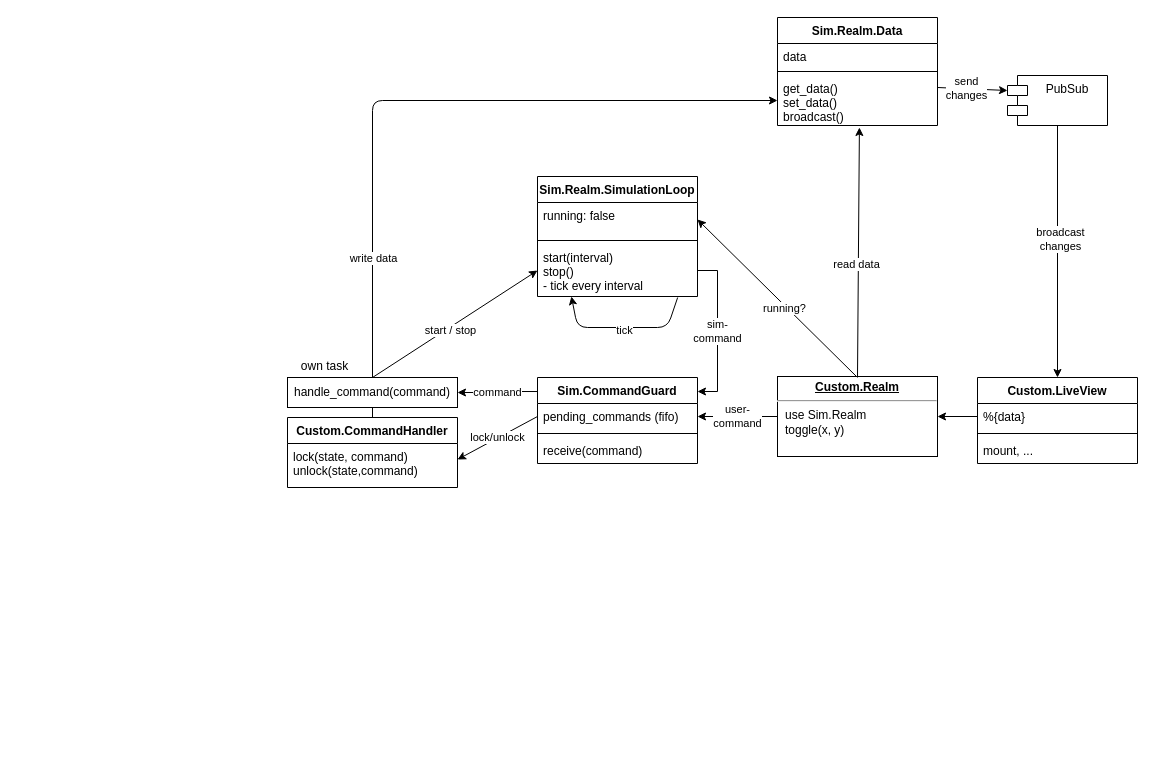
grrrisu/thundermoon-umbrella keeps this draw.io diagram as apps/sim/documentation/SimRealm.drawio. Above is the earlier version. Source tidied: cells renumbered, new cells numbered last; positions are measured from the earlier drawing's top-left corner, leaving out a move shared by most shapes. Both pictures are drawn from the tidied source at 100%, with x=0, y=0 at pixel (287, 17).
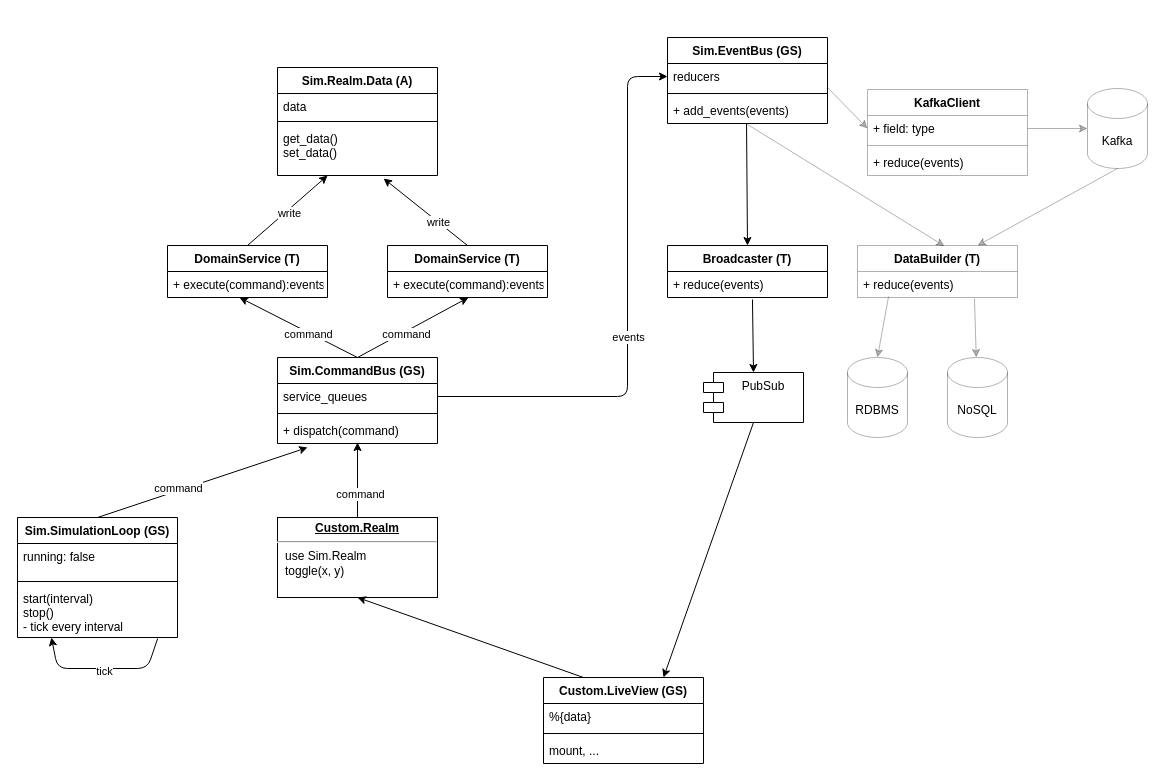
The same diagram, later.

Commit message (it also covers changes not shown here):
update sim documentation to reflect the new event sourcing architecture

Unchanged cells that the change refers to:
```xml
<mxCell id="17" value="running: false" style="text;strokeColor=none;fillColor=none;align=left;verticalAlign=top;spacingLeft=4;spacingRight=4;overflow=hidden;points=[[0,0.5],[1,0.5]];portConstraint=eastwest;" parent="16" vertex="1">
  <mxGeometry y="26" width="160" height="34" as="geometry" />
</mxCell>
<mxCell id="19" value="start(interval)&#10;stop()&#10;- tick every interval" style="text;strokeColor=none;fillColor=none;align=left;verticalAlign=top;spacingLeft=4;spacingRight=4;overflow=hidden;points=[[0,0.5],[1,0.5]];portConstraint=eastwest;" parent="16" vertex="1">
  <mxGeometry y="68" width="160" height="52" as="geometry" />
</mxCell>
<mxCell id="29" value="%{data}" style="text;strokeColor=none;fillColor=none;align=left;verticalAlign=top;spacingLeft=4;spacingRight=4;overflow=hidden;points=[[0,0.5],[1,0.5]];portConstraint=eastwest;" parent="28" vertex="1">
  <mxGeometry y="26" width="160" height="26" as="geometry" />
</mxCell>
```

Diff of the diagram source:
```diff
@@
-    <mxCell id="2" value="user-&lt;br&gt;command" style="edgeStyle=orthogonalEdgeStyle;rounded=0;jettySize=auto;html=1;entryX=1;entryY=0.5;entryDx=0;entryDy=0;" parent="1" edge="1" source="3" target="25">
-      <mxGeometry relative="1" as="geometry" />
-    </mxCell>
     <mxCell id="3" value="&lt;p style=&quot;margin: 0px ; margin-top: 4px ; text-align: center ; text-decoration: underline&quot;&gt;&lt;b&gt;Custom.Realm&lt;/b&gt;&lt;/p&gt;&lt;hr&gt;&lt;p style=&quot;margin: 0px ; margin-left: 8px&quot;&gt;use Sim.Realm&lt;/p&gt;&lt;p style=&quot;margin: 0px ; margin-left: 8px&quot;&gt;toggle(x, y)&lt;/p&gt;" style="verticalAlign=top;align=left;overflow=fill;fontSize=12;fontFamily=Helvetica;html=1;" parent="1" vertex="1">
-      <mxGeometry x="490" y="359" width="160" height="80" as="geometry" />
+      <mxGeometry x="-10" y="500" width="160" height="80" as="geometry" />
     </mxCell>
@@
-    <mxCell id="5" style="endArrow=classic;html=1;exitX=0.5;exitY=0;exitDx=0;exitDy=0;" parent="1" edge="1" source="37" target="15">
-      <mxGeometry relative="1" as="geometry">
-        <Array as="points">
-          <mxPoint x="85" y="83" />
-        </Array>
-      </mxGeometry>
-    </mxCell>
-    <mxCell id="6" value="write data" style="edgeLabel;html=1;align=center;verticalAlign=middle;" parent="5" vertex="1">
-      <mxGeometry x="-0.07" y="-2" relative="1" as="geometry">
-        <mxPoint x="-40" y="155" as="offset" />
-      </mxGeometry>
-    </mxCell>
-    <mxCell id="7" value="send &lt;br&gt;changes" style="endArrow=classic;html=1;exitX=1;exitY=0.24;exitDx=0;exitDy=0;exitPerimeter=0;entryX=0;entryY=0;entryDx=0;entryDy=15;entryPerimeter=0;" parent="1" edge="1" source="15" target="8">
-      <mxGeometry x="-0.16" relative="1" as="geometry" />
-    </mxCell>
-    <mxCell id="8" value="PubSub" style="shape=module;align=left;spacingLeft=20;align=center;verticalAlign=top;" parent="1" vertex="1">
-      <mxGeometry x="720" y="58" width="100" height="50" as="geometry" />
-    </mxCell>
-    <mxCell id="9" style="endArrow=classic;html=1;entryX=1;entryY=0.5;entryDx=0;entryDy=0;exitX=0;exitY=0.5;exitDx=0;exitDy=0;" parent="1" edge="1" source="29" target="3">
+    <mxCell id="9" style="endArrow=classic;html=1;entryX=0.5;entryY=1;entryDx=0;entryDy=0;exitX=0.25;exitY=0;exitDx=0;exitDy=0;" parent="1" edge="1" source="28" target="3">
       <mxGeometry relative="1" as="geometry" />
     </mxCell>
-    <mxCell id="10" style="endArrow=classic;html=1;exitX=0.5;exitY=1;exitDx=0;exitDy=0;entryX=0.5;entryY=0;entryDx=0;entryDy=0;" parent="1" edge="1" source="8" target="28">
-      <mxGeometry relative="1" as="geometry" />
-    </mxCell>
-    <mxCell id="11" value="broadcast&lt;br&gt;changes" style="edgeLabel;html=1;align=center;verticalAlign=middle;" parent="10" vertex="1">
-      <mxGeometry x="-0.1" y="2" relative="1" as="geometry" />
-    </mxCell>
-    <mxCell id="12" value="Sim.Realm.Data" style="swimlane;fontStyle=1;align=center;verticalAlign=top;horizontal=1;startSize=26;" parent="1" vertex="1">
-      <mxGeometry x="490" width="160" height="108" as="geometry" />
+    <mxCell id="12" value="Sim.Realm.Data (A)" style="swimlane;fontStyle=1;align=center;verticalAlign=top;horizontal=1;startSize=26;" parent="1" vertex="1">
+      <mxGeometry x="-10" y="50" width="160" height="108" as="geometry" />
     </mxCell>
@@
-    <mxCell id="15" value="get_data()&#10;set_data()&#10;broadcast()" style="text;strokeColor=none;fillColor=none;align=left;verticalAlign=top;spacingLeft=4;spacingRight=4;overflow=hidden;points=[[0,0.5],[1,0.5]];portConstraint=eastwest;" parent="12" vertex="1">
+    <mxCell id="15" value="get_data()&#10;set_data()" style="text;strokeColor=none;fillColor=none;align=left;verticalAlign=top;spacingLeft=4;spacingRight=4;overflow=hidden;points=[[0,0.5],[1,0.5]];portConstraint=eastwest;" parent="12" vertex="1">
       <mxGeometry y="58" width="160" height="50" as="geometry" />
     </mxCell>
-    <mxCell id="16" value="Sim.Realm.SimulationLoop" style="swimlane;fontStyle=1;align=center;verticalAlign=top;horizontal=1;startSize=26;" parent="1" vertex="1">
-      <mxGeometry x="250" y="159" width="160" height="120" as="geometry" />
+    <mxCell id="16" value="Sim.SimulationLoop (GS)" style="swimlane;fontStyle=1;align=center;verticalAlign=top;horizontal=1;startSize=26;" parent="1" vertex="1">
+      <mxGeometry x="-270" y="500" width="160" height="120" as="geometry" />
     </mxCell>
@@
-    <mxCell id="22" value="Custom.CommandHandler" style="swimlane;fontStyle=1;align=center;verticalAlign=top;horizontal=1;startSize=26;" parent="1" vertex="1">
-      <mxGeometry y="400" width="170" height="70" as="geometry" />
-    </mxCell>
-    <mxCell id="23" value="lock(state, command)&#10;unlock(state,command)&#10;" style="text;strokeColor=none;fillColor=none;align=left;verticalAlign=top;spacingLeft=4;spacingRight=4;overflow=hidden;points=[[0,0.5],[1,0.5]];portConstraint=eastwest;" parent="22" vertex="1">
-      <mxGeometry y="26" width="170" height="44" as="geometry" />
-    </mxCell>
-    <mxCell id="24" value="Sim.CommandGuard" style="swimlane;fontStyle=1;align=center;verticalAlign=top;horizontal=1;startSize=26;" parent="1" vertex="1">
-      <mxGeometry x="250" y="360" width="160" height="86" as="geometry" />
-    </mxCell>
-    <mxCell id="25" value="pending_commands (fifo)" style="text;strokeColor=none;fillColor=none;align=left;verticalAlign=top;spacingLeft=4;spacingRight=4;overflow=hidden;points=[[0,0.5],[1,0.5]];portConstraint=eastwest;" parent="24" vertex="1">
-      <mxGeometry y="26" width="160" height="26" as="geometry" />
-    </mxCell>
-    <mxCell id="26" style="line;strokeWidth=1;fillColor=none;align=left;verticalAlign=middle;spacingTop=-1;spacingLeft=3;spacingRight=3;labelPosition=right;" parent="24" vertex="1">
-      <mxGeometry y="52" width="160" height="8" as="geometry" />
-    </mxCell>
-    <mxCell id="27" value="receive(command)" style="text;strokeColor=none;fillColor=none;align=left;verticalAlign=top;spacingLeft=4;spacingRight=4;overflow=hidden;" parent="24" vertex="1">
-      <mxGeometry y="60" width="160" height="26" as="geometry" />
-    </mxCell>
-    <mxCell id="28" value="Custom.LiveView" style="swimlane;fontStyle=1;align=center;verticalAlign=top;horizontal=1;startSize=26;" parent="1" vertex="1">
-      <mxGeometry x="690" y="360" width="160" height="86" as="geometry" />
+    <mxCell id="28" value="Custom.LiveView (GS)" style="swimlane;fontStyle=1;align=center;verticalAlign=top;horizontal=1;startSize=26;" parent="1" vertex="1">
+      <mxGeometry x="256" y="660" width="160" height="86" as="geometry" />
     </mxCell>
@@
-    <mxCell id="32" value="command" style="edgeStyle=orthogonalEdgeStyle;rounded=0;jettySize=auto;html=1;entryX=1;entryY=0.5;entryDx=0;entryDy=0;exitX=0;exitY=0.163;exitDx=0;exitDy=0;exitPerimeter=0;" parent="1" edge="1" source="24" target="37">
-      <mxGeometry relative="1" as="geometry" />
-    </mxCell>
-    <mxCell id="33" value="sim-&lt;br&gt;command" style="edgeStyle=orthogonalEdgeStyle;rounded=0;jettySize=auto;html=1;entryX=1;entryY=0.163;entryDx=0;entryDy=0;exitX=1;exitY=0.5;exitDx=0;exitDy=0;entryPerimeter=0;" parent="1" edge="1" source="19" target="24">
-      <mxGeometry relative="1" as="geometry" />
-    </mxCell>
-    <mxCell id="34" style="endArrow=classic;html=1;entryX=0;entryY=0.5;entryDx=0;entryDy=0;exitX=0.5;exitY=0;exitDx=0;exitDy=0;" parent="1" edge="1" source="37" target="19">
-      <mxGeometry relative="1" as="geometry" />
-    </mxCell>
-    <mxCell id="35" value="start / stop" style="edgeLabel;html=1;align=center;verticalAlign=middle;" parent="34" vertex="1">
-      <mxGeometry x="-0.07" y="-2" relative="1" as="geometry" />
-    </mxCell>
-    <mxCell id="36" style="edgeStyle=orthogonalEdgeStyle;rounded=0;jettySize=auto;html=1;exitX=0.5;exitY=1;exitDx=0;exitDy=0;entryX=0.5;entryY=0;entryDx=0;entryDy=0;endArrow=none;endFill=0;" parent="1" edge="1" source="37" target="22">
-      <mxGeometry relative="1" as="geometry" />
-    </mxCell>
-    <mxCell id="37" value="handle_command(command)" style="rounded=0;whiteSpace=wrap;html=1;" parent="1" vertex="1">
-      <mxGeometry y="360" width="170" height="30" as="geometry" />
-    </mxCell>
-    <mxCell id="38" value="own task" style="text;html=1;strokeColor=none;fillColor=none;align=center;verticalAlign=middle;whiteSpace=wrap;rounded=0;" parent="1" vertex="1">
-      <mxGeometry y="339" width="75" height="20" as="geometry" />
-    </mxCell>
-    <mxCell id="39" value="lock/unlock" style="endArrow=classic;html=1;entryX=1;entryY=0.364;entryDx=0;entryDy=0;exitX=0;exitY=0.5;exitDx=0;exitDy=0;entryPerimeter=0;" parent="1" edge="1" source="25" target="23">
-      <mxGeometry relative="1" as="geometry" />
-    </mxCell>
-    <mxCell id="40" style="endArrow=classic;html=1;exitX=0.5;exitY=0;exitDx=0;exitDy=0;entryX=0.512;entryY=1.04;entryDx=0;entryDy=0;entryPerimeter=0;" parent="1" edge="1" source="3" target="15">
-      <mxGeometry relative="1" as="geometry" />
-    </mxCell>
-    <mxCell id="41" value="read data" style="edgeLabel;html=1;align=center;verticalAlign=middle;" parent="40" vertex="1">
-      <mxGeometry x="-0.1" y="2" relative="1" as="geometry" />
-    </mxCell>
-    <mxCell id="42" style="endArrow=classic;html=1;entryX=1;entryY=0.5;entryDx=0;entryDy=0;" parent="1" edge="1" target="17">
-      <mxGeometry relative="1" as="geometry">
-        <mxPoint x="570" y="360" as="sourcePoint" />
-      </mxGeometry>
-    </mxCell>
-    <mxCell id="43" value="running?" style="edgeLabel;html=1;align=center;verticalAlign=middle;" parent="42" vertex="1">
-      <mxGeometry x="-0.1" y="2" relative="1" as="geometry" />
-    </mxCell>
+    <mxCell id="44" value="Sim.CommandBus (GS)" style="swimlane;fontStyle=1;align=center;verticalAlign=top;horizontal=1;startSize=26;" parent="1" vertex="1">
+      <mxGeometry x="-10" y="340" width="160" height="86" as="geometry" />
+    </mxCell>
+    <mxCell id="45" value="service_queues" style="text;strokeColor=none;fillColor=none;align=left;verticalAlign=top;spacingLeft=4;spacingRight=4;overflow=hidden;points=[[0,0.5],[1,0.5]];portConstraint=eastwest;" parent="44" vertex="1">
+      <mxGeometry y="26" width="160" height="26" as="geometry" />
+    </mxCell>
+    <mxCell id="46" style="line;strokeWidth=1;fillColor=none;align=left;verticalAlign=middle;spacingTop=-1;spacingLeft=3;spacingRight=3;labelPosition=right;" parent="44" vertex="1">
+      <mxGeometry y="52" width="160" height="8" as="geometry" />
+    </mxCell>
+    <mxCell id="47" value="+ dispatch(command)" style="text;strokeColor=none;fillColor=none;align=left;verticalAlign=top;spacingLeft=4;spacingRight=4;overflow=hidden;points=[[0,0.5],[1,0.5]];portConstraint=eastwest;" parent="44" vertex="1">
+      <mxGeometry y="60" width="160" height="26" as="geometry" />
+    </mxCell>
+    <mxCell id="48" value="DomainService (T)" style="swimlane;fontStyle=1;align=center;verticalAlign=top;horizontal=1;startSize=26;" parent="1" vertex="1">
+      <mxGeometry x="-120" y="228" width="160" height="52" as="geometry" />
+    </mxCell>
+    <mxCell id="49" value="+ execute(command):events" style="text;strokeColor=none;fillColor=none;align=left;verticalAlign=top;spacingLeft=4;spacingRight=4;overflow=hidden;points=[[0,0.5],[1,0.5]];portConstraint=eastwest;" parent="48" vertex="1">
+      <mxGeometry y="26" width="160" height="26" as="geometry" />
+    </mxCell>
+    <mxCell id="50" value="DomainService (T)" style="swimlane;fontStyle=1;align=center;verticalAlign=top;horizontal=1;startSize=26;" parent="1" vertex="1">
+      <mxGeometry x="100" y="228" width="160" height="52" as="geometry" />
+    </mxCell>
+    <mxCell id="51" value="+ execute(command):events" style="text;strokeColor=none;fillColor=none;align=left;verticalAlign=top;spacingLeft=4;spacingRight=4;overflow=hidden;points=[[0,0.5],[1,0.5]];portConstraint=eastwest;" parent="50" vertex="1">
+      <mxGeometry y="26" width="160" height="26" as="geometry" />
+    </mxCell>
+    <mxCell id="52" value="Sim.EventBus (GS)" style="swimlane;fontStyle=1;align=center;verticalAlign=top;horizontal=1;startSize=26;" parent="1" vertex="1">
+      <mxGeometry x="380" y="20" width="160" height="86" as="geometry" />
+    </mxCell>
+    <mxCell id="53" value="reducers" style="text;strokeColor=none;fillColor=none;align=left;verticalAlign=top;spacingLeft=4;spacingRight=4;overflow=hidden;points=[[0,0.5],[1,0.5]];portConstraint=eastwest;" parent="52" vertex="1">
+      <mxGeometry y="26" width="160" height="26" as="geometry" />
+    </mxCell>
+    <mxCell id="54" style="line;strokeWidth=1;fillColor=none;align=left;verticalAlign=middle;spacingTop=-1;spacingLeft=3;spacingRight=3;labelPosition=right;" parent="52" vertex="1">
+      <mxGeometry y="52" width="160" height="8" as="geometry" />
+    </mxCell>
+    <mxCell id="55" value="+ add_events(events)" style="text;strokeColor=none;fillColor=none;align=left;verticalAlign=top;spacingLeft=4;spacingRight=4;overflow=hidden;points=[[0,0.5],[1,0.5]];portConstraint=eastwest;" parent="52" vertex="1">
+      <mxGeometry y="60" width="160" height="26" as="geometry" />
+    </mxCell>
+    <mxCell id="56" value="Broadcaster (T)" style="swimlane;fontStyle=1;align=center;verticalAlign=top;horizontal=1;startSize=26;" parent="1" vertex="1">
+      <mxGeometry x="380" y="228" width="160" height="52" as="geometry" />
+    </mxCell>
+    <mxCell id="57" value="+ reduce(events)" style="text;strokeColor=none;fillColor=none;align=left;verticalAlign=top;spacingLeft=4;spacingRight=4;overflow=hidden;points=[[0,0.5],[1,0.5]];portConstraint=eastwest;" parent="56" vertex="1">
+      <mxGeometry y="26" width="160" height="26" as="geometry" />
+    </mxCell>
+    <mxCell id="8" value="PubSub" style="shape=module;align=left;spacingLeft=20;align=center;verticalAlign=top;" parent="1" vertex="1">
+      <mxGeometry x="416" y="355" width="100" height="50" as="geometry" />
+    </mxCell>
+    <mxCell id="58" value="RDBMS" style="shape=cylinder3;whiteSpace=wrap;html=1;boundedLbl=1;backgroundOutline=1;size=15;opacity=30;" parent="1" vertex="1">
+      <mxGeometry x="560" y="340" width="60" height="80" as="geometry" />
+    </mxCell>
+    <mxCell id="59" value="NoSQL" style="shape=cylinder3;whiteSpace=wrap;html=1;boundedLbl=1;backgroundOutline=1;size=15;opacity=30;" parent="1" vertex="1">
+      <mxGeometry x="660" y="340" width="60" height="80" as="geometry" />
+    </mxCell>
+    <mxCell id="10" style="endArrow=classic;html=1;exitX=0.5;exitY=1;exitDx=0;exitDy=0;entryX=0.75;entryY=0;entryDx=0;entryDy=0;" parent="1" edge="1" source="8" target="28">
+      <mxGeometry relative="1" as="geometry" />
+    </mxCell>
+    <mxCell id="60" style="endArrow=classic;html=1;exitX=0.5;exitY=0;exitDx=0;exitDy=0;entryX=0.5;entryY=0.962;entryDx=0;entryDy=0;entryPerimeter=0;" parent="1" edge="1" source="3" target="47">
+      <mxGeometry relative="1" as="geometry" />
+    </mxCell>
+    <mxCell id="61" value="command" style="edgeLabel;html=1;align=center;verticalAlign=middle;" parent="60" vertex="1">
+      <mxGeometry x="-0.37" y="-2" relative="1" as="geometry" />
+    </mxCell>
+    <mxCell id="62" style="endArrow=classic;html=1;exitX=0.5;exitY=0;exitDx=0;exitDy=0;entryX=0.506;entryY=1;entryDx=0;entryDy=0;entryPerimeter=0;" parent="1" edge="1" source="44" target="51">
+      <mxGeometry relative="1" as="geometry" />
+    </mxCell>
+    <mxCell id="63" value="command" style="edgeLabel;html=1;align=center;verticalAlign=middle;" parent="62" vertex="1">
+      <mxGeometry x="-0.14" y="-3" relative="1" as="geometry" />
+    </mxCell>
+    <mxCell id="64" style="endArrow=classic;html=1;exitX=0.5;exitY=0;exitDx=0;exitDy=0;entryX=0.45;entryY=1;entryDx=0;entryDy=0;entryPerimeter=0;" parent="1" edge="1" source="44" target="49">
+      <mxGeometry relative="1" as="geometry" />
+    </mxCell>
+    <mxCell id="65" value="command" style="edgeLabel;html=1;align=center;verticalAlign=middle;" parent="64" vertex="1">
+      <mxGeometry x="-0.31" y="1" relative="1" as="geometry">
+        <mxPoint x="-8.5" y="-4" as="offset" />
+      </mxGeometry>
+    </mxCell>
+    <mxCell id="66" style="endArrow=classic;html=1;exitX=0.5;exitY=0;exitDx=0;exitDy=0;entryX=0.188;entryY=1.154;entryDx=0;entryDy=0;entryPerimeter=0;" parent="1" edge="1" source="16" target="47">
+      <mxGeometry relative="1" as="geometry" />
+    </mxCell>
+    <mxCell id="67" value="command" style="edgeLabel;html=1;align=center;verticalAlign=middle;" parent="66" vertex="1">
+      <mxGeometry x="-0.22" y="2" relative="1" as="geometry" />
+    </mxCell>
+    <mxCell id="68" style="endArrow=classic;html=1;exitX=0.5;exitY=0;exitDx=0;exitDy=0;entryX=0.313;entryY=1;entryDx=0;entryDy=0;entryPerimeter=0;" parent="1" edge="1" source="48" target="15">
+      <mxGeometry relative="1" as="geometry" />
+    </mxCell>
+    <mxCell id="69" value="write" style="edgeLabel;html=1;align=center;verticalAlign=middle;" parent="68" vertex="1">
+      <mxGeometry x="-0.01" y="-3" relative="1" as="geometry" />
+    </mxCell>
+    <mxCell id="70" style="endArrow=classic;html=1;exitX=0.5;exitY=0;exitDx=0;exitDy=0;entryX=0.663;entryY=1.06;entryDx=0;entryDy=0;entryPerimeter=0;" parent="1" edge="1" source="50" target="15">
+      <mxGeometry relative="1" as="geometry" />
+    </mxCell>
+    <mxCell id="71" value="write" style="edgeLabel;html=1;align=center;verticalAlign=middle;" parent="70" vertex="1">
+      <mxGeometry x="-0.29" relative="1" as="geometry" />
+    </mxCell>
+    <mxCell id="72" value="DataBuilder (T)" style="swimlane;fontStyle=1;align=center;verticalAlign=top;horizontal=1;startSize=26;opacity=30;" parent="1" vertex="1">
+      <mxGeometry x="570" y="228" width="160" height="52" as="geometry" />
+    </mxCell>
+    <mxCell id="73" value="+ reduce(events)" style="text;strokeColor=none;fillColor=none;align=left;verticalAlign=top;spacingLeft=4;spacingRight=4;overflow=hidden;points=[[0,0.5],[1,0.5]];portConstraint=eastwest;opacity=30;" parent="72" vertex="1">
+      <mxGeometry y="26" width="160" height="26" as="geometry" />
+    </mxCell>
+    <mxCell id="74" style="endArrow=classic;html=1;exitX=0.494;exitY=1;exitDx=0;exitDy=0;exitPerimeter=0;entryX=0.5;entryY=0;entryDx=0;entryDy=0;" parent="1" edge="1" source="55" target="56">
+      <mxGeometry relative="1" as="geometry" />
+    </mxCell>
+    <mxCell id="75" style="endArrow=classic;html=1;entryX=0.544;entryY=0.012;entryDx=0;entryDy=0;entryPerimeter=0;opacity=30;" parent="1" edge="1" target="72">
+      <mxGeometry relative="1" as="geometry">
+        <mxPoint x="460" y="107" as="sourcePoint" />
+      </mxGeometry>
+    </mxCell>
+    <mxCell id="76" style="endArrow=classic;html=1;exitX=0.531;exitY=1.077;exitDx=0;exitDy=0;exitPerimeter=0;entryX=0.5;entryY=0;entryDx=0;entryDy=0;" parent="1" edge="1" source="57" target="8">
+      <mxGeometry relative="1" as="geometry" />
+    </mxCell>
+    <mxCell id="77" style="endArrow=classic;html=1;exitX=0.194;exitY=0.962;exitDx=0;exitDy=0;exitPerimeter=0;entryX=0.5;entryY=0;entryDx=0;entryDy=0;entryPerimeter=0;opacity=30;" parent="1" edge="1" source="73" target="58">
+      <mxGeometry relative="1" as="geometry" />
+    </mxCell>
+    <mxCell id="78" style="endArrow=classic;html=1;exitX=0.731;exitY=1.038;exitDx=0;exitDy=0;exitPerimeter=0;opacity=30;" parent="1" edge="1" source="73" target="59">
+      <mxGeometry relative="1" as="geometry" />
+    </mxCell>
+    <mxCell id="79" style="endArrow=classic;html=1;exitX=1;exitY=0.5;exitDx=0;exitDy=0;entryX=0;entryY=0.5;entryDx=0;entryDy=0;" parent="1" edge="1" source="45" target="53">
+      <mxGeometry relative="1" as="geometry">
+        <Array as="points">
+          <mxPoint x="340" y="379" />
+          <mxPoint x="340" y="59" />
+        </Array>
+      </mxGeometry>
+    </mxCell>
+    <mxCell id="80" value="events" style="edgeLabel;html=1;align=center;verticalAlign=middle;" parent="79" vertex="1">
+      <mxGeometry x="-0.09" relative="1" as="geometry" />
+    </mxCell>
+    <mxCell id="81" value="Kafka" style="shape=cylinder3;whiteSpace=wrap;html=1;boundedLbl=1;backgroundOutline=1;size=15;opacity=30;" parent="1" vertex="1">
+      <mxGeometry x="800" y="71" width="60" height="80" as="geometry" />
+    </mxCell>
+    <mxCell id="82" value="KafkaClient" style="swimlane;fontStyle=1;align=center;verticalAlign=top;horizontal=1;startSize=26;opacity=30;" parent="1" vertex="1">
+      <mxGeometry x="580" y="72" width="160" height="86" as="geometry" />
+    </mxCell>
+    <mxCell id="83" value="+ field: type" style="text;strokeColor=none;fillColor=none;align=left;verticalAlign=top;spacingLeft=4;spacingRight=4;overflow=hidden;points=[[0,0.5],[1,0.5]];portConstraint=eastwest;opacity=30;" parent="82" vertex="1">
+      <mxGeometry y="26" width="160" height="26" as="geometry" />
+    </mxCell>
+    <mxCell id="84" style="line;strokeWidth=1;fillColor=none;align=left;verticalAlign=middle;spacingTop=-1;spacingLeft=3;spacingRight=3;labelPosition=right;opacity=30;" parent="82" vertex="1">
+      <mxGeometry y="52" width="160" height="8" as="geometry" />
+    </mxCell>
+    <mxCell id="85" value="+ reduce(events)" style="text;strokeColor=none;fillColor=none;align=left;verticalAlign=top;spacingLeft=4;spacingRight=4;overflow=hidden;opacity=30;" parent="82" vertex="1">
+      <mxGeometry y="60" width="160" height="26" as="geometry" />
+    </mxCell>
+    <mxCell id="86" style="endArrow=classic;html=1;exitX=1;exitY=0.5;exitDx=0;exitDy=0;entryX=0;entryY=0.5;entryDx=0;entryDy=0;entryPerimeter=0;opacity=30;" parent="1" edge="1" source="83" target="81">
+      <mxGeometry relative="1" as="geometry" />
+    </mxCell>
+    <mxCell id="87" style="endArrow=classic;html=1;entryX=0;entryY=0.5;entryDx=0;entryDy=0;opacity=30;" parent="1" edge="1" target="83">
+      <mxGeometry relative="1" as="geometry">
+        <mxPoint x="540" y="70" as="sourcePoint" />
+      </mxGeometry>
+    </mxCell>
+    <mxCell id="88" style="endArrow=classic;html=1;exitX=0.5;exitY=1;exitDx=0;exitDy=0;exitPerimeter=0;entryX=0.75;entryY=0;entryDx=0;entryDy=0;opacity=30;" parent="1" edge="1" source="81" target="72">
+      <mxGeometry relative="1" as="geometry" />
+    </mxCell>
```
